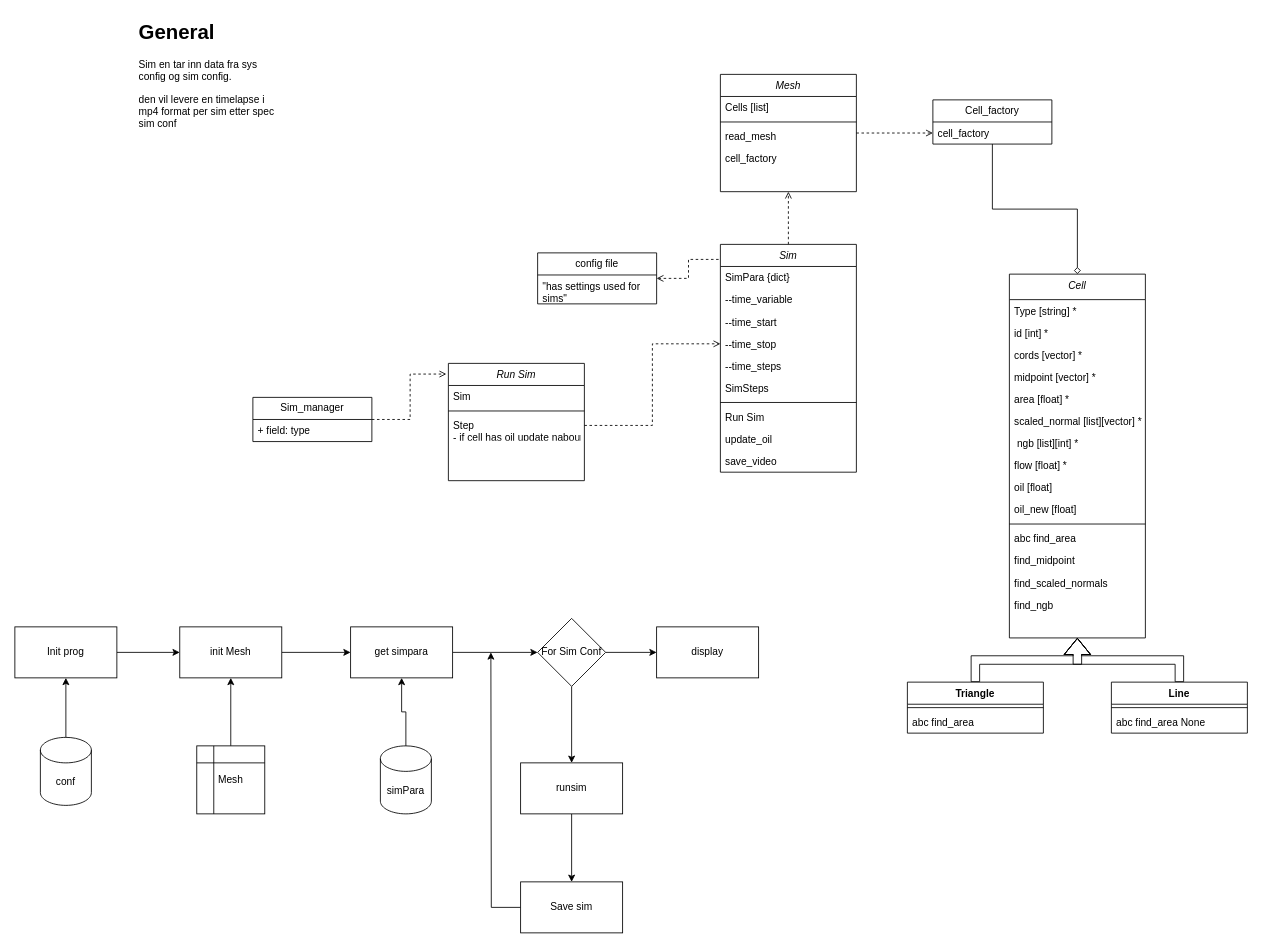
Before: SYS Diagram.drawio in B-rage04/INF202_Gruppe5, a draw.io diagram. Source tidied: cells renumbered, new cells numbered last; positions are measured from the earlier drawing's top-left corner, leaving out a move shared by most shapes. Both pictures are drawn from the tidied source at 85%, with x=0, y=0 at pixel (14, 14).
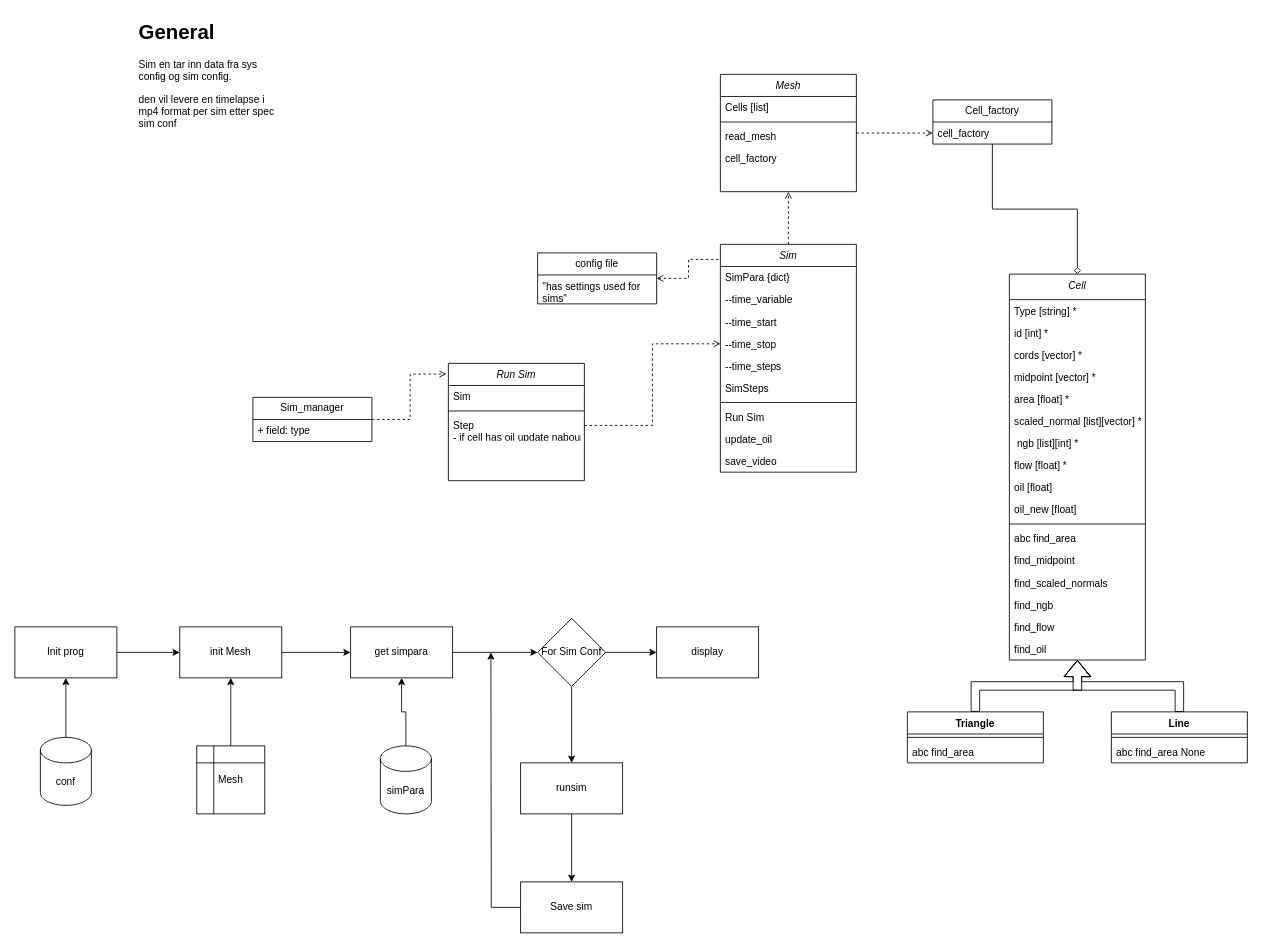
Above is the later version.

Change to the diagram source:
```diff
@@
     <mxCell id="45" value="Cell" style="swimlane;fontStyle=2;align=center;verticalAlign=top;horizontal=1;startSize=30;rounded=0;shadow=0;strokeWidth=1;" parent="1" vertex="1">
-      <mxGeometry x="1170" y="305" width="160" height="428" as="geometry" />
+      <mxGeometry x="1170" y="305" width="160" height="454" as="geometry" />
     </mxCell>
@@
+    <mxCell id="79" value="find_flow" style="text;align=left;verticalAlign=top;spacingLeft=4;spacingRight=4;overflow=hidden;rounded=0;shadow=0;html=0;" parent="45" vertex="1">
+      <mxGeometry y="402" width="160" height="26" as="geometry" />
+    </mxCell>
+    <mxCell id="80" value="find_oil" style="text;align=left;verticalAlign=top;spacingLeft=4;spacingRight=4;overflow=hidden;rounded=0;shadow=0;html=0;" parent="45" vertex="1">
+      <mxGeometry y="428" width="160" height="26" as="geometry" />
+    </mxCell>
@@
     <mxCell id="63" value="Line" style="swimlane;fontStyle=1;align=center;verticalAlign=top;horizontal=1;startSize=26;whiteSpace=wrap;html=1;" parent="1" vertex="1">
-      <mxGeometry x="1290" y="785" width="160" height="60" as="geometry" />
+      <mxGeometry x="1290" y="820" width="160" height="60" as="geometry" />
     </mxCell>
@@
     <mxCell id="67" value="Triangle" style="swimlane;fontStyle=1;align=center;verticalAlign=top;horizontal=1;startSize=26;whiteSpace=wrap;html=1;" parent="1" vertex="1">
-      <mxGeometry x="1050" y="785" width="160" height="60" as="geometry" />
+      <mxGeometry x="1050" y="820" width="160" height="60" as="geometry" />
     </mxCell>
```
